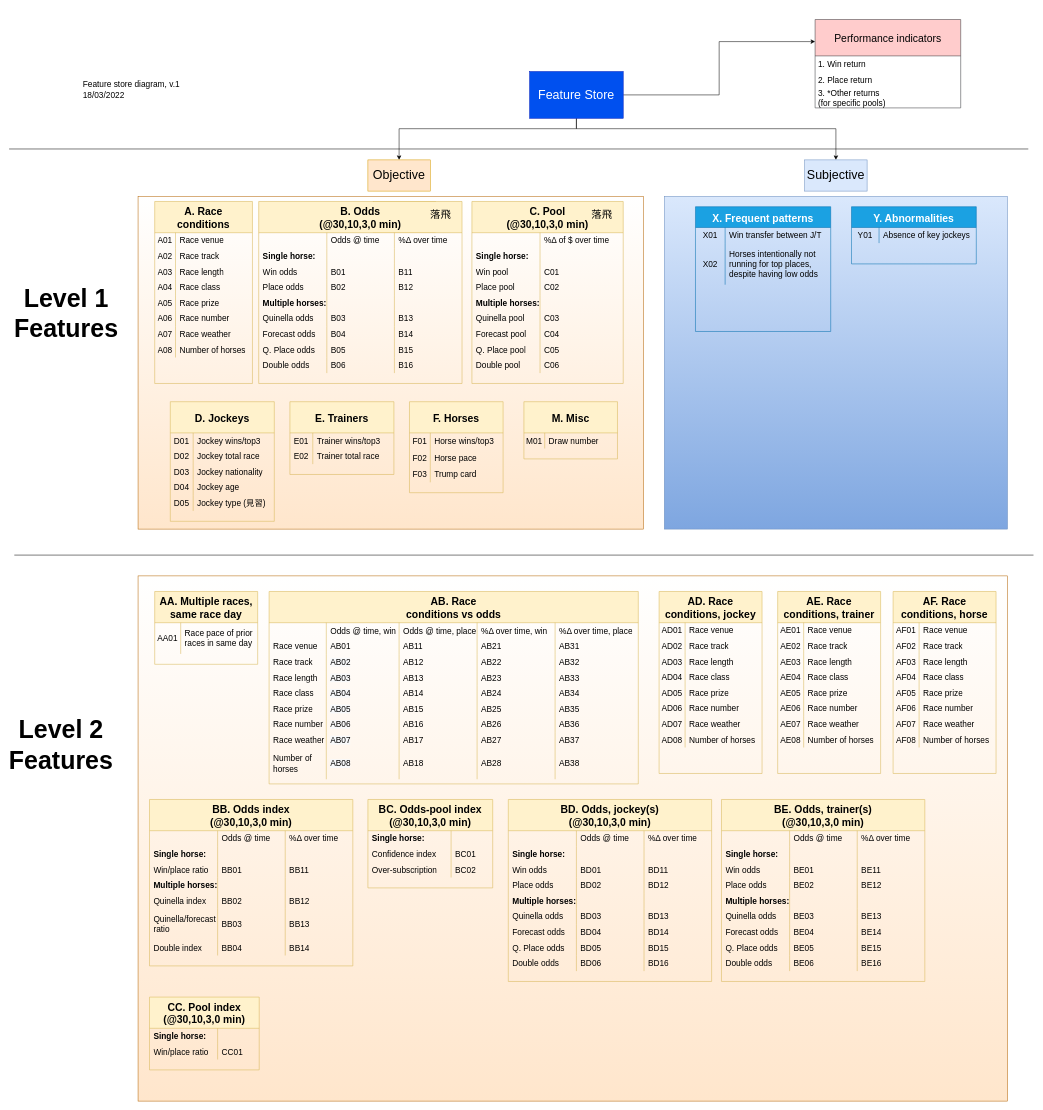
Earlier version of the draw.io diagram page "Features" (1 of 2) of feature_diagram.drawio (tommy202201/HKJC). Source tidied: cells renumbered, new cells numbered last; positions are measured from the earlier drawing's top-left corner, leaving out a move shared by most shapes. Both pictures are drawn from the tidied source at 52%, with x=0, y=0 at pixel (9, 19).
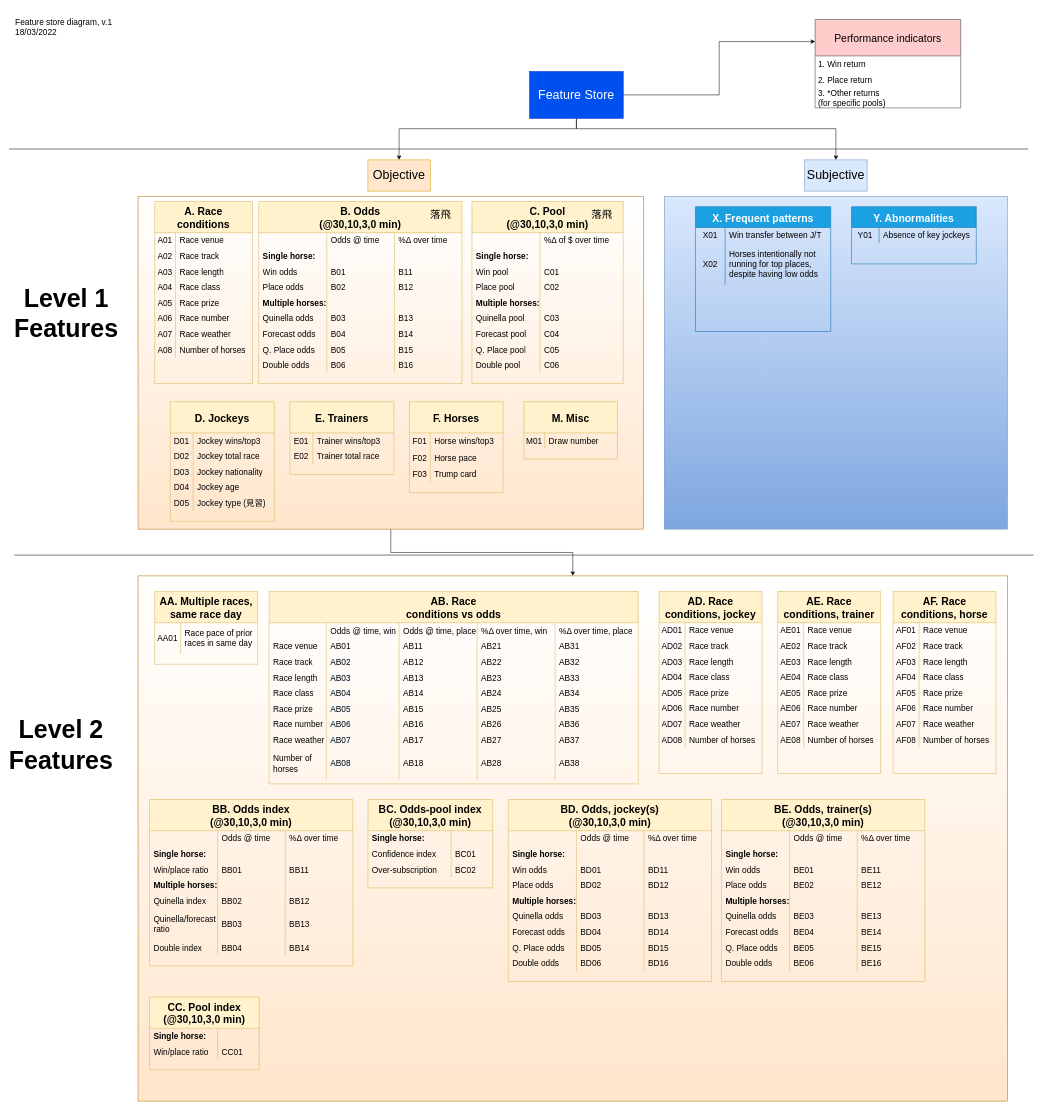
The same page after the edit.

The change refers to these unchanged cells:
```xml
<mxCell id="3" style="rounded=0;whiteSpace=wrap;html=1;fontSize=20;fillColor=#FFE6CC;strokeColor=#b46504;gradientColor=#ffffff;gradientDirection=north;" parent="1" vertex="1">
  <mxGeometry x="248" y="340" width="972" height="640" as="geometry" />
</mxCell>
<mxCell id="158" style="rounded=0;whiteSpace=wrap;html=1;fontSize=20;fillColor=#FFE6CC;strokeColor=#b46504;gradientColor=#ffffff;gradientDirection=north;" parent="1" vertex="1">
  <mxGeometry x="248" y="1070" width="1672" height="1010" as="geometry" />
</mxCell>
```

The edit, as a diff of the source:
```diff
@@
+    <mxCell id="415" style="edgeStyle=orthogonalEdgeStyle;rounded=0;jettySize=auto;html=1;exitX=0.5;exitY=1;exitDx=0;exitDy=0;fontSize=16;" parent="1" edge="1" source="3" target="158">
+      <mxGeometry relative="1" as="geometry" />
+    </mxCell>
@@
     <mxCell id="41" value="Feature store diagram, v.1&lt;br style=&quot;font-size: 16px;&quot;&gt;18/03/2022" style="text;html=1;strokeColor=none;fillColor=none;align=left;verticalAlign=middle;whiteSpace=wrap;rounded=0;fontSize=16;" parent="1" vertex="1">
-      <mxGeometry x="140" y="100" width="260" height="70" as="geometry" />
+      <mxGeometry x="10" y="-20" width="260" height="70" as="geometry" />
     </mxCell>
```
